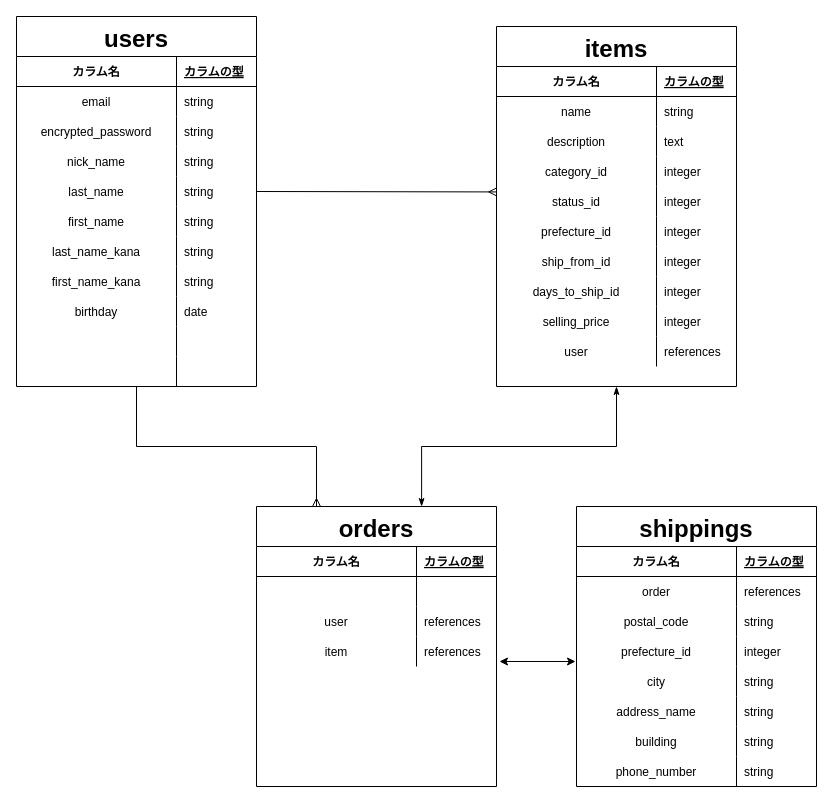
This is ER.dio from iniwa-takaya/furima-35690, a draw.io file, before an edit. Source tidied: cells renumbered, new cells numbered last; positions are measured from the earlier drawing's top-left corner, leaving out a move shared by most shapes. Both pictures are drawn from the tidied source at 100%, with x=0, y=0 at pixel (16, 16).
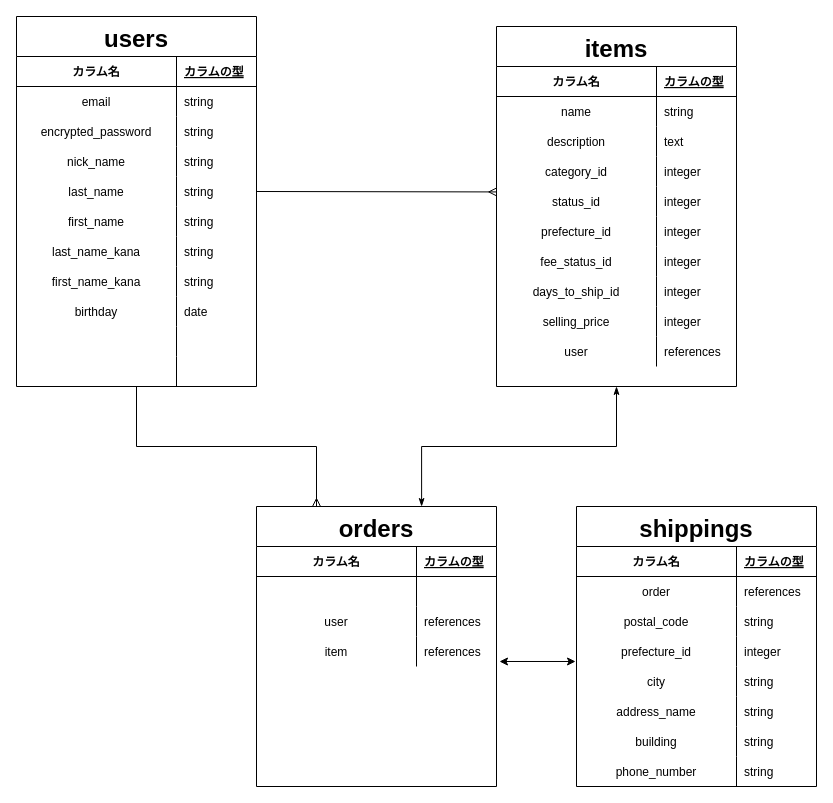
Above is the later version.

Unchanged cells that the change refers to:
```xml
<mxCell id="57" style="shape=partialRectangle;fillColor=none;top=0;left=0;bottom=0;right=0;" parent="38" vertex="1">
  <mxGeometry y="220" width="240" height="30" as="geometry" />
</mxCell>
```

What changed in the source:
```diff
@@
-    <mxCell id="58" value="ship_from_id" style="shape=partialRectangle;fillColor=none;top=0;left=0;bottom=0;right=0;overflow=hidden;" parent="57" vertex="1">
+    <mxCell id="58" value="fee_status_id" style="shape=partialRectangle;fillColor=none;top=0;left=0;bottom=0;right=0;overflow=hidden;" parent="57" vertex="1">
       <mxGeometry width="160" height="30" as="geometry" />
     </mxCell>
```
